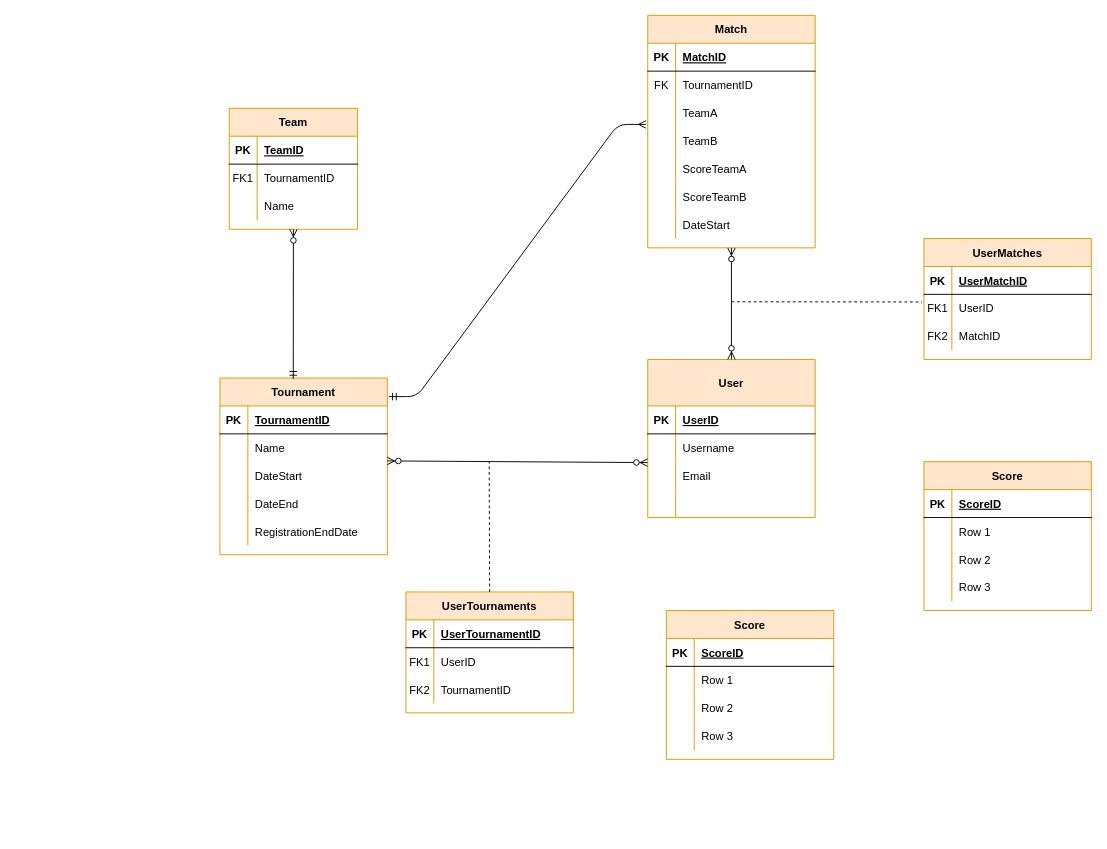
The draw.io diagram royalrumbet.drawio in maneran/royal-rumbet, before the edit. Source tidied: cells renumbered, new cells numbered last; positions are measured from the earlier drawing's top-left corner, leaving out a move shared by most shapes. Both pictures are drawn from the tidied source at 93%, with x=0, y=0 at pixel (219, 15).
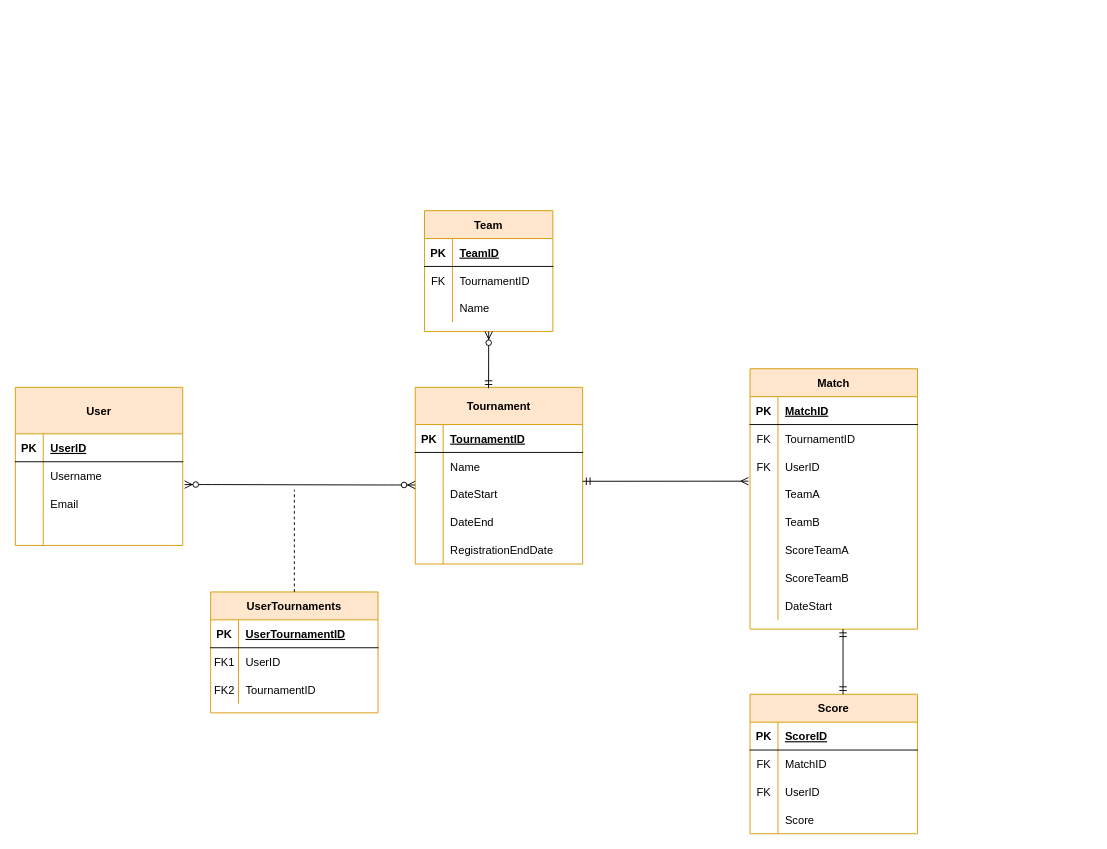
Above is the later version.

Unchanged cells that the change refers to:
```xml
<mxCell id="22" style="shape=partialRectangle;fillColor=none;top=0;left=0;bottom=0;right=0;" parent="18" vertex="1">
  <mxGeometry y="60" width="138" height="30" as="geometry" />
</mxCell>
<mxCell id="33" style="shape=partialRectangle;fillColor=none;top=0;left=0;bottom=0;right=0;points=[[0,0.5],[1,0.5]];portConstraint=eastwest;" parent="29" vertex="1">
  <mxGeometry y="80" width="180" height="30" as="geometry" />
</mxCell>
<mxCell id="80" style="shape=partialRectangle;fillColor=none;top=0;left=0;bottom=0;right=0;" parent="76" vertex="1">
  <mxGeometry y="60" width="180" height="30" as="geometry" />
</mxCell>
<mxCell id="83" style="shape=partialRectangle;fillColor=none;top=0;left=0;bottom=0;right=0;" parent="76" vertex="1">
  <mxGeometry y="90" width="180" height="30" as="geometry" />
</mxCell>
<mxCell id="86" style="shape=partialRectangle;fillColor=none;top=0;left=0;bottom=0;right=0;" parent="76" vertex="1">
  <mxGeometry y="120" width="180" height="30" as="geometry" />
</mxCell>
```

Change to the diagram source:
```diff
@@
-    <mxCell id="2" value="Tournament" style="shape=table;startSize=30;childLayout=tableLayout;rowLines=0;fontStyle=1;align=center;strokeColor=#d79b00;fillColor=#ffe6cc;" parent="1" vertex="1">
-      <mxGeometry y="390" width="180" height="190" as="geometry" />
+    <mxCell id="2" value="Tournament" style="shape=table;startSize=40;childLayout=tableLayout;rowLines=0;fontStyle=1;align=center;strokeColor=#d79b00;fillColor=#ffe6cc;" parent="1" vertex="1">
+      <mxGeometry x="210" y="400" width="180" height="190" as="geometry" />
     </mxCell>
     <mxCell id="3" style="shape=partialRectangle;fillColor=none;top=0;left=0;bottom=1;right=0;" parent="2" vertex="1">
-      <mxGeometry y="30" width="180" height="30" as="geometry" />
+      <mxGeometry y="40" width="180" height="30" as="geometry" />
     </mxCell>
@@
     <mxCell id="6" style="shape=partialRectangle;fillColor=none;top=0;left=0;bottom=0;right=0;" parent="2" vertex="1">
-      <mxGeometry y="60" width="180" height="30" as="geometry" />
+      <mxGeometry y="70" width="180" height="30" as="geometry" />
     </mxCell>
@@
     <mxCell id="9" style="shape=partialRectangle;fillColor=none;top=0;left=0;bottom=0;right=0;points=[[0,0.5],[1,0.5]];portConstraint=eastwest;" parent="2" vertex="1">
-      <mxGeometry y="90" width="180" height="30" as="geometry" />
+      <mxGeometry y="100" width="180" height="30" as="geometry" />
     </mxCell>
@@
     <mxCell id="12" style="shape=partialRectangle;fillColor=none;top=0;left=0;bottom=0;right=0;" parent="2" vertex="1">
-      <mxGeometry y="120" width="180" height="30" as="geometry" />
+      <mxGeometry y="130" width="180" height="30" as="geometry" />
     </mxCell>
@@
     <mxCell id="15" style="shape=partialRectangle;fillColor=none;top=0;left=0;bottom=0;right=0;" parent="2" vertex="1">
-      <mxGeometry y="150" width="180" height="30" as="geometry" />
+      <mxGeometry y="160" width="180" height="30" as="geometry" />
     </mxCell>
@@
     <mxCell id="18" value="Team" style="shape=table;startSize=30;childLayout=tableLayout;rowLines=0;fontStyle=1;align=center;strokeColor=#d79b00;fillColor=#ffe6cc;" parent="1" vertex="1">
-      <mxGeometry x="10" y="100" width="138" height="130" as="geometry" />
+      <mxGeometry x="220" y="210" width="138" height="130" as="geometry" />
     </mxCell>
@@
-    <mxCell id="23" value="FK1" style="shape=partialRectangle;fillColor=none;top=0;left=0;bottom=0;right=0;overflow=hidden;" parent="22" vertex="1">
+    <mxCell id="23" value="FK" style="shape=partialRectangle;fillColor=none;top=0;left=0;bottom=0;right=0;overflow=hidden;" parent="22" vertex="1">
       <mxGeometry width="30" height="30" as="geometry" />
     </mxCell>
@@
     <mxCell id="29" value="User" style="shape=table;startSize=50;childLayout=tableLayout;rowLines=0;fontStyle=1;align=center;strokeColor=#d79b00;fillColor=#ffe6cc;" parent="1" vertex="1">
-      <mxGeometry x="460" y="370" width="180" height="170" as="geometry" />
+      <mxGeometry x="-220" y="400" width="180" height="170" as="geometry" />
     </mxCell>
@@
     <mxCell id="42" value="UserTournaments" style="shape=table;startSize=30;childLayout=tableLayout;rowLines=0;fontStyle=1;align=center;strokeColor=#d79b00;fillColor=#ffe6cc;" parent="1" vertex="1">
-      <mxGeometry x="200" y="620" width="180" height="130" as="geometry" />
+      <mxGeometry x="-10" y="620" width="180" height="130" as="geometry" />
     </mxCell>
@@
     <mxCell id="52" style="endArrow=none;dashed=1;html=1;strokeColor=#000000;exitX=0.5;exitY=0;exitDx=0;exitDy=0;" parent="1" edge="1" source="42">
       <mxGeometry relative="1" as="geometry">
-        <mxPoint x="289.5" y="480" as="targetPoint" />
+        <mxPoint x="80" y="510" as="targetPoint" />
       </mxGeometry>
     </mxCell>
     <mxCell id="53" value="Match" style="shape=table;startSize=30;childLayout=tableLayout;rowLines=0;fontStyle=1;align=center;strokeColor=#d79b00;fillColor=#ffe6cc;" parent="1" vertex="1">
-      <mxGeometry x="460" width="180" height="250" as="geometry" />
+      <mxGeometry x="570" y="380" width="180" height="280" as="geometry" />
     </mxCell>
@@
+    <mxCell id="115" style="shape=partialRectangle;fillColor=none;top=0;left=0;bottom=0;right=0;" parent="53" vertex="1">
+      <mxGeometry y="90" width="180" height="30" as="geometry" />
+    </mxCell>
+    <mxCell id="116" value="FK" style="shape=partialRectangle;fillColor=none;top=0;left=0;bottom=0;right=0;overflow=hidden;" parent="115" vertex="1">
+      <mxGeometry width="30" height="30" as="geometry" />
+    </mxCell>
+    <mxCell id="96" value="UserID" style="shape=partialRectangle;fillColor=none;top=0;left=0;bottom=0;right=0;align=left;spacingLeft=6;overflow=hidden;" parent="115" vertex="1">
+      <mxGeometry x="30" width="150" height="30" as="geometry" />
+    </mxCell>
     <mxCell id="60" style="shape=partialRectangle;fillColor=none;top=0;left=0;bottom=0;right=0;points=[[0,0.5],[1,0.5]];portConstraint=eastwest;" parent="53" vertex="1">
-      <mxGeometry y="90" width="180" height="30" as="geometry" />
+      <mxGeometry y="120" width="180" height="30" as="geometry" />
     </mxCell>
@@
     <mxCell id="63" style="shape=partialRectangle;fillColor=none;top=0;left=0;bottom=0;right=0;points=[[0,0.5],[1,0.5]];portConstraint=eastwest;" parent="53" vertex="1">
-      <mxGeometry y="120" width="180" height="30" as="geometry" />
+      <mxGeometry y="150" width="180" height="30" as="geometry" />
     </mxCell>
@@
     <mxCell id="66" style="shape=partialRectangle;fillColor=none;top=0;left=0;bottom=0;right=0;" parent="53" vertex="1">
-      <mxGeometry y="150" width="180" height="30" as="geometry" />
+      <mxGeometry y="180" width="180" height="30" as="geometry" />
     </mxCell>
@@
     <mxCell id="69" style="shape=partialRectangle;fillColor=none;top=0;left=0;bottom=0;right=0;" parent="53" vertex="1">
-      <mxGeometry y="180" width="180" height="30" as="geometry" />
+      <mxGeometry y="210" width="180" height="30" as="geometry" />
     </mxCell>
@@
     <mxCell id="72" style="shape=partialRectangle;fillColor=none;top=0;left=0;bottom=0;right=0;" parent="53" vertex="1">
-      <mxGeometry y="210" width="180" height="30" as="geometry" />
+      <mxGeometry y="240" width="180" height="30" as="geometry" />
     </mxCell>
@@
-    <mxCell id="75" style="edgeStyle=entityRelationEdgeStyle;fontSize=12;html=1;endArrow=ERmany;startArrow=ERmandOne;strokeColor=#000000;exitX=1.009;exitY=0.105;exitDx=0;exitDy=0;exitPerimeter=0;entryX=-0.011;entryY=-0.091;entryDx=0;entryDy=0;entryPerimeter=0;endFill=0;" parent="1" edge="1" source="2" target="63">
-      <mxGeometry relative="1" as="geometry" />
+    <mxCell id="75" style="fontSize=12;html=1;endArrow=ERmany;startArrow=ERmandOne;strokeColor=#000000;entryX=-0.01;entryY=0.03;entryDx=0;entryDy=0;entryPerimeter=0;endFill=0;" parent="1" edge="1" target="60">
+      <mxGeometry relative="1" as="geometry">
+        <mxPoint x="390" y="501" as="sourcePoint" />
+      </mxGeometry>
     </mxCell>
     <mxCell id="76" value="Score" style="shape=table;startSize=30;childLayout=tableLayout;rowLines=0;fontStyle=1;align=center;strokeColor=#d79b00;fillColor=#ffe6cc;" parent="1" vertex="1">
-      <mxGeometry x="480" y="640" width="180" height="160" as="geometry" />
+      <mxGeometry x="570" y="730" width="180" height="150" as="geometry" />
     </mxCell>
@@
-    <mxCell id="81" style="shape=partialRectangle;fillColor=none;top=0;left=0;bottom=0;right=0;overflow=hidden;" parent="80" vertex="1">
+    <mxCell id="81" value="FK" style="shape=partialRectangle;fillColor=none;top=0;left=0;bottom=0;right=0;overflow=hidden;" parent="80" vertex="1">
       <mxGeometry width="30" height="30" as="geometry" />
     </mxCell>
-    <mxCell id="82" value="Row 1" style="shape=partialRectangle;fillColor=none;top=0;left=0;bottom=0;right=0;align=left;spacingLeft=6;overflow=hidden;" parent="80" vertex="1">
+    <mxCell id="82" value="MatchID" style="shape=partialRectangle;fillColor=none;top=0;left=0;bottom=0;right=0;align=left;spacingLeft=6;overflow=hidden;" parent="80" vertex="1">
       <mxGeometry x="30" width="150" height="30" as="geometry" />
     </mxCell>
@@
-    <mxCell id="84" style="shape=partialRectangle;fillColor=none;top=0;left=0;bottom=0;right=0;overflow=hidden;" parent="83" vertex="1">
+    <mxCell id="84" value="FK" style="shape=partialRectangle;fillColor=none;top=0;left=0;bottom=0;right=0;overflow=hidden;" parent="83" vertex="1">
       <mxGeometry width="30" height="30" as="geometry" />
     </mxCell>
-    <mxCell id="85" value="Row 2" style="shape=partialRectangle;fillColor=none;top=0;left=0;bottom=0;right=0;align=left;spacingLeft=6;overflow=hidden;" parent="83" vertex="1">
+    <mxCell id="85" value="UserID" style="shape=partialRectangle;fillColor=none;top=0;left=0;bottom=0;right=0;align=left;spacingLeft=6;overflow=hidden;" parent="83" vertex="1">
       <mxGeometry x="30" width="150" height="30" as="geometry" />
     </mxCell>
@@
-    <mxCell id="88" value="Row 3" style="shape=partialRectangle;fillColor=none;top=0;left=0;bottom=0;right=0;align=left;spacingLeft=6;overflow=hidden;" parent="86" vertex="1">
+    <mxCell id="88" value="Score" style="shape=partialRectangle;fillColor=none;top=0;left=0;bottom=0;right=0;align=left;spacingLeft=6;overflow=hidden;" parent="86" vertex="1">
       <mxGeometry x="30" width="150" height="30" as="geometry" />
     </mxCell>
-    <mxCell id="89" style="fontSize=12;html=1;endArrow=ERzeroToMany;endFill=1;startArrow=ERzeroToMany;strokeColor=#000000;exitX=0.5;exitY=0;exitDx=0;exitDy=0;entryX=0.5;entryY=1;entryDx=0;entryDy=0;" parent="1" edge="1" source="29" target="53">
-      <mxGeometry relative="1" as="geometry" />
-    </mxCell>
-    <mxCell id="90" value="UserMatches" style="shape=table;startSize=30;childLayout=tableLayout;rowLines=0;fontStyle=1;align=center;strokeColor=#d79b00;fillColor=#ffe6cc;" parent="1" vertex="1">
-      <mxGeometry x="757" y="240" width="180" height="130" as="geometry" />
-    </mxCell>
-    <mxCell id="91" style="shape=partialRectangle;fillColor=none;top=0;left=0;bottom=1;right=0;" parent="90" vertex="1">
-      <mxGeometry y="30" width="180" height="30" as="geometry" />
-    </mxCell>
-    <mxCell id="92" value="PK" style="shape=partialRectangle;fillColor=none;top=0;left=0;bottom=0;right=0;fontStyle=1;overflow=hidden;" parent="91" vertex="1">
-      <mxGeometry width="30" height="30" as="geometry" />
-    </mxCell>
-    <mxCell id="93" value="UserMatchID" style="shape=partialRectangle;fillColor=none;top=0;left=0;bottom=0;right=0;align=left;spacingLeft=6;fontStyle=5;overflow=hidden;" parent="91" vertex="1">
-      <mxGeometry x="30" width="150" height="30" as="geometry" />
-    </mxCell>
-    <mxCell id="94" style="shape=partialRectangle;fillColor=none;top=0;left=0;bottom=0;right=0;points=[[0,0.5],[1,0.5]];portConstraint=eastwest;" parent="90" vertex="1">
-      <mxGeometry y="60" width="180" height="30" as="geometry" />
-    </mxCell>
-    <mxCell id="95" value="FK1" style="shape=partialRectangle;fillColor=none;top=0;left=0;bottom=0;right=0;overflow=hidden;" parent="94" vertex="1">
-      <mxGeometry width="30" height="30" as="geometry" />
-    </mxCell>
-    <mxCell id="96" value="UserID" style="shape=partialRectangle;fillColor=none;top=0;left=0;bottom=0;right=0;align=left;spacingLeft=6;overflow=hidden;" parent="94" vertex="1">
-      <mxGeometry x="30" width="150" height="30" as="geometry" />
-    </mxCell>
-    <mxCell id="97" style="shape=partialRectangle;fillColor=none;top=0;left=0;bottom=0;right=0;" parent="90" vertex="1">
-      <mxGeometry y="90" width="180" height="30" as="geometry" />
-    </mxCell>
-    <mxCell id="98" value="FK2" style="shape=partialRectangle;fillColor=none;top=0;left=0;bottom=0;right=0;overflow=hidden;" parent="97" vertex="1">
-      <mxGeometry width="30" height="30" as="geometry" />
-    </mxCell>
-    <mxCell id="99" value="MatchID" style="shape=partialRectangle;fillColor=none;top=0;left=0;bottom=0;right=0;align=left;spacingLeft=6;overflow=hidden;" parent="97" vertex="1">
-      <mxGeometry x="30" width="150" height="30" as="geometry" />
-    </mxCell>
-    <mxCell id="100" style="endArrow=none;dashed=1;html=1;strokeColor=#000000;entryX=-0.011;entryY=0.273;entryDx=0;entryDy=0;entryPerimeter=0;" parent="1" edge="1" target="94">
-      <mxGeometry relative="1" as="geometry">
-        <mxPoint x="550" y="308" as="sourcePoint" />
-      </mxGeometry>
-    </mxCell>
-    <mxCell id="101" value="Score" style="shape=table;startSize=30;childLayout=tableLayout;rowLines=0;fontStyle=1;align=center;strokeColor=#d79b00;fillColor=#ffe6cc;" parent="1" vertex="1">
-      <mxGeometry x="757" y="480" width="180" height="160" as="geometry" />
-    </mxCell>
-    <mxCell id="102" style="shape=partialRectangle;fillColor=none;top=0;left=0;bottom=1;right=0;" parent="101" vertex="1">
-      <mxGeometry y="30" width="180" height="30" as="geometry" />
-    </mxCell>
-    <mxCell id="103" value="PK" style="shape=partialRectangle;fillColor=none;top=0;left=0;bottom=0;right=0;fontStyle=1;overflow=hidden;" parent="102" vertex="1">
-      <mxGeometry width="30" height="30" as="geometry" />
-    </mxCell>
-    <mxCell id="104" value="ScoreID" style="shape=partialRectangle;fillColor=none;top=0;left=0;bottom=0;right=0;align=left;spacingLeft=6;fontStyle=5;overflow=hidden;" parent="102" vertex="1">
-      <mxGeometry x="30" width="150" height="30" as="geometry" />
-    </mxCell>
-    <mxCell id="105" style="shape=partialRectangle;fillColor=none;top=0;left=0;bottom=0;right=0;" parent="101" vertex="1">
-      <mxGeometry y="60" width="180" height="30" as="geometry" />
-    </mxCell>
-    <mxCell id="106" style="shape=partialRectangle;fillColor=none;top=0;left=0;bottom=0;right=0;overflow=hidden;" parent="105" vertex="1">
-      <mxGeometry width="30" height="30" as="geometry" />
-    </mxCell>
-    <mxCell id="107" value="Row 1" style="shape=partialRectangle;fillColor=none;top=0;left=0;bottom=0;right=0;align=left;spacingLeft=6;overflow=hidden;" parent="105" vertex="1">
-      <mxGeometry x="30" width="150" height="30" as="geometry" />
-    </mxCell>
-    <mxCell id="108" style="shape=partialRectangle;fillColor=none;top=0;left=0;bottom=0;right=0;" parent="101" vertex="1">
-      <mxGeometry y="90" width="180" height="30" as="geometry" />
-    </mxCell>
-    <mxCell id="109" style="shape=partialRectangle;fillColor=none;top=0;left=0;bottom=0;right=0;overflow=hidden;" parent="108" vertex="1">
-      <mxGeometry width="30" height="30" as="geometry" />
-    </mxCell>
-    <mxCell id="110" value="Row 2" style="shape=partialRectangle;fillColor=none;top=0;left=0;bottom=0;right=0;align=left;spacingLeft=6;overflow=hidden;" parent="108" vertex="1">
-      <mxGeometry x="30" width="150" height="30" as="geometry" />
-    </mxCell>
-    <mxCell id="111" style="shape=partialRectangle;fillColor=none;top=0;left=0;bottom=0;right=0;" parent="101" vertex="1">
-      <mxGeometry y="120" width="180" height="30" as="geometry" />
-    </mxCell>
-    <mxCell id="112" style="shape=partialRectangle;fillColor=none;top=0;left=0;bottom=0;right=0;overflow=hidden;" parent="111" vertex="1">
-      <mxGeometry width="30" height="30" as="geometry" />
-    </mxCell>
-    <mxCell id="113" value="Row 3" style="shape=partialRectangle;fillColor=none;top=0;left=0;bottom=0;right=0;align=left;spacingLeft=6;overflow=hidden;" parent="111" vertex="1">
-      <mxGeometry x="30" width="150" height="30" as="geometry" />
-    </mxCell>
-    <mxCell id="114" style="fontSize=12;html=1;endArrow=ERzeroToMany;endFill=1;startArrow=ERzeroToMany;strokeColor=#000000;exitX=0.999;exitY=-0.03;exitDx=0;exitDy=0;exitPerimeter=0;entryX=-0.001;entryY=1.03;entryDx=0;entryDy=0;entryPerimeter=0;" parent="1" edge="1" source="9" target="33">
-      <mxGeometry relative="1" as="geometry" />
-    </mxCell>
+    <mxCell id="117" style="edgeStyle=entityRelationEdgeStyle;fontSize=12;html=1;endArrow=ERzeroToMany;endFill=1;startArrow=ERzeroToMany;strokeColor=#000000;exitX=1.011;exitY=0.818;exitDx=0;exitDy=0;exitPerimeter=0;" parent="1" edge="1" source="33">
+      <mxGeometry relative="1" as="geometry">
+        <mxPoint x="210" y="505" as="targetPoint" />
+      </mxGeometry>
+    </mxCell>
+    <mxCell id="118" style="fontSize=12;html=1;endArrow=ERmandOne;startArrow=ERmandOne;strokeColor=#000000;" parent="1" edge="1">
+      <mxGeometry relative="1" as="geometry">
+        <mxPoint x="670" y="730" as="sourcePoint" />
+        <mxPoint x="670" y="660" as="targetPoint" />
+      </mxGeometry>
+    </mxCell>
```
